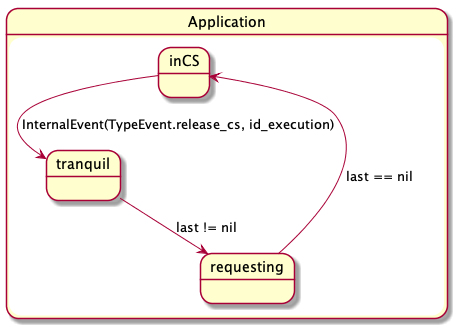
This is Diagrammes/exercice_1-question_2.png from RobinMayo/peersim, a PlantUML export, as it was before one commit. Its diagram source:
```plantuml
@startuml

state Application {
  inCS --> tranquil : InternalEvent(TypeEvent.release_cs, id_execution)
  tranquil --> requesting : last != nil
  requesting --> inCS : last == nil
}

@enduml
```
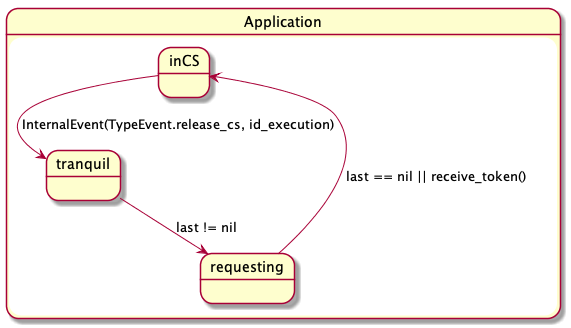
Above is the later version.

What changed in the source:
```diff
@@ -3,7 +3,7 @@
 state Application {
   inCS --> tranquil : InternalEvent(TypeEvent.release_cs, id_execution)
   tranquil --> requesting : last != nil
-  requesting --> inCS : last == nil
+  requesting --> inCS : last == nil || receive_token()
 }
 
 @enduml
```
